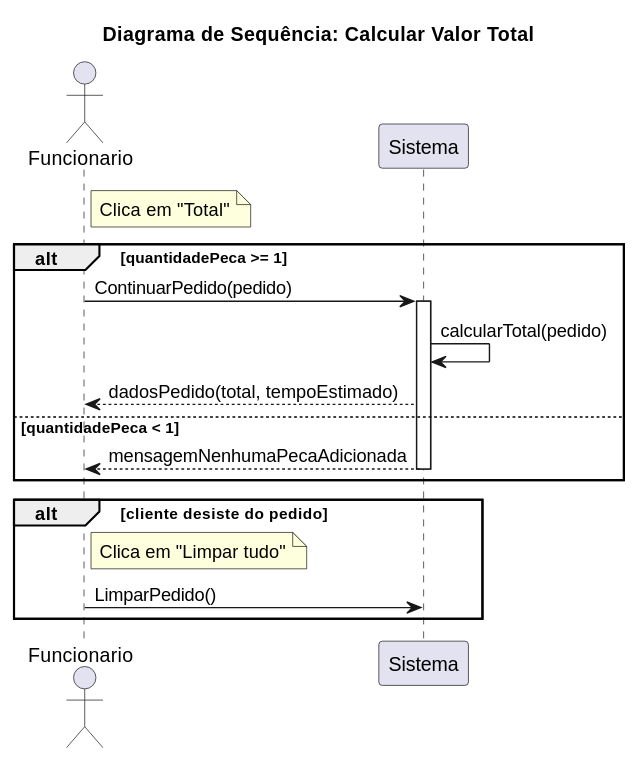
Earlier version of the PlantUML export docs/UML/diagrama-de-sequencia/imagens/calcularValorTotal.svg (vitoria-barbosa/Lavanderia-Trabalho-APS). Its diagram source:
```plantuml
@startuml
title Diagrama de Sequência: Calcular Valor Total

actor Funcionario
participant Sistema

note right of Funcionario
Clica em "Total"
end note

alt quantidadePeca >= 1
Funcionario->Sistema: ContinuarPedido(pedido)
activate Sistema
Sistema->Sistema: calcularTotal(pedido)
Sistema-->Funcionario: dadosPedido(total, tempoEstimado)

else quantidadePeca < 1
Sistema-->Funcionario: mensagemNenhumaPecaAdicionada
deactivate Sistema
end


alt cliente desiste do pedido
note right of Funcionario
Clica em "Limpar tudo"
end note
Funcionario->Sistema: LimparPedido()
end
@enduml
```
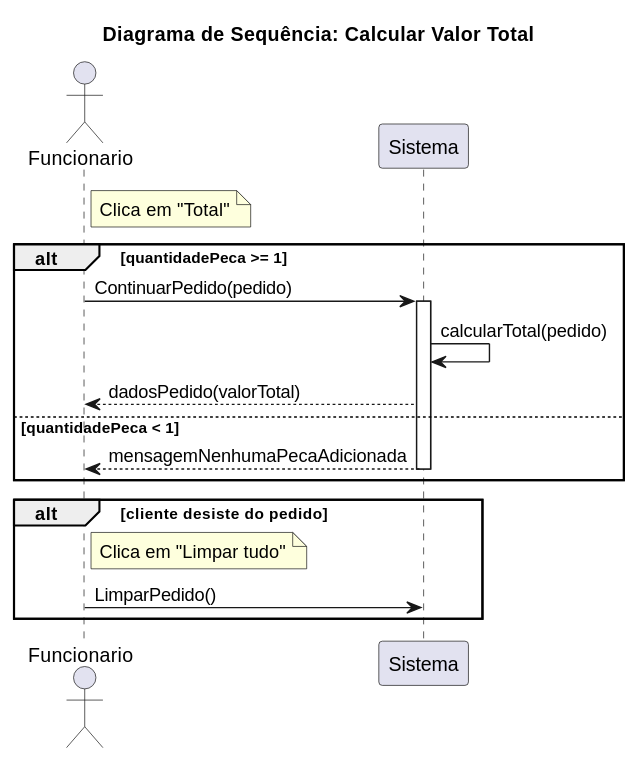
Later version of the same file.

Commit message:
:recycle:refactor: modifica diagrama de sequencia.

Change to the diagram source:
```diff
@@ -12,7 +12,7 @@
 Funcionario->Sistema: ContinuarPedido(pedido)
 activate Sistema
 Sistema->Sistema: calcularTotal(pedido)
-Sistema-->Funcionario: dadosPedido(total, tempoEstimado)
+Sistema-->Funcionario: dadosPedido(valorTotal)
 
 else quantidadePeca < 1
 Sistema-->Funcionario: mensagemNenhumaPecaAdicionada
```
